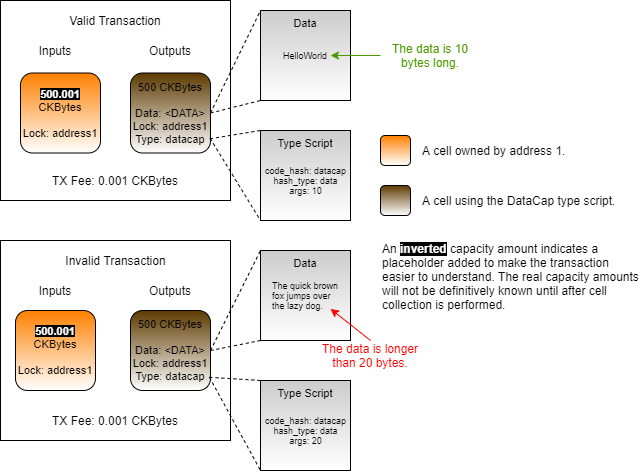
jordanmack/developer-training-course-documentation keeps this draw.io diagram as .gitbook/assets/valid-invalid-transaction (2).png. Above is the earlier version. Source tidied: cells renumbered, new cells last; positions are measured from the earlier drawing's top-left corner, leaving out a move shared by most shapes.
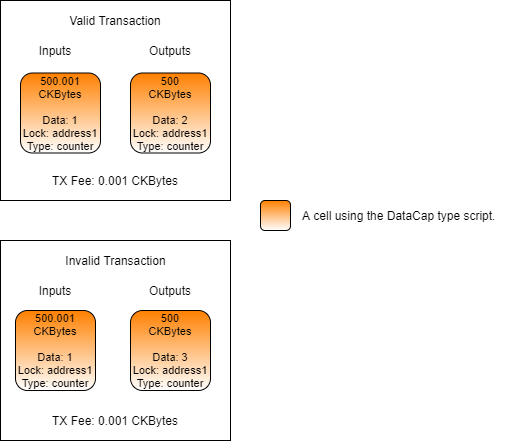
Later version of the same file.

Diff of the diagram source:
```diff
@@ -8,84 +8,21 @@
     <mxCell id="3" style="rounded=0;whiteSpace=wrap;html=1;" parent="1" vertex="1">
       <mxGeometry width="230" height="200" as="geometry" />
     </mxCell>
-    <mxCell id="4" value="500 CKBytes&lt;br style=&quot;font-size: 11px&quot;&gt;&lt;br style=&quot;font-size: 11px&quot;&gt;Data: &amp;lt;DATA&amp;gt;&lt;br style=&quot;font-size: 11px&quot;&gt;Lock: address1&lt;br style=&quot;font-size: 11px&quot;&gt;Type: datacap" style="rounded=1;whiteSpace=wrap;html=1;fontSize=11;gradientColor=#ffffff;fillColor=#5D3A00;" parent="1" vertex="1">
+    <mxCell id="4" value="500&lt;br&gt;CKBytes&lt;br style=&quot;font-size: 11px&quot;&gt;&lt;br style=&quot;font-size: 11px&quot;&gt;Data: 2&lt;br style=&quot;font-size: 11px&quot;&gt;Lock: address1&lt;br style=&quot;font-size: 11px&quot;&gt;Type: counter" style="rounded=1;whiteSpace=wrap;html=1;fontSize=11;gradientColor=#ffffff;fillColor=#FF8000;" parent="1" vertex="1">
       <mxGeometry x="130" y="72.5" width="80" height="80" as="geometry" />
     </mxCell>
-    <mxCell id="5" value="&lt;div style=&quot;font-size: 11px;&quot;&gt;&lt;span style=&quot;font-size: 11px;&quot;&gt;Data&lt;/span&gt;&lt;/div&gt;" style="rounded=0;whiteSpace=wrap;html=1;gradientColor=#ffffff;fillColor=#CCCCCC;verticalAlign=top;align=center;fontSize=11;" parent="1" vertex="1">
-      <mxGeometry x="260" y="10" width="90" height="90" as="geometry" />
-    </mxCell>
-    <mxCell id="6" value="&lt;div style=&quot;font-size: 11px&quot;&gt;&lt;span style=&quot;font-size: 11px&quot;&gt;Type Script&lt;/span&gt;&lt;/div&gt;" style="rounded=0;whiteSpace=wrap;html=1;gradientColor=#ffffff;fillColor=#CCCCCC;verticalAlign=top;align=center;fontSize=11;" parent="1" vertex="1">
-      <mxGeometry x="260" y="130" width="90" height="90" as="geometry" />
-    </mxCell>
-    <mxCell id="7" value="&lt;div style=&quot;font-size: 11px&quot;&gt;&lt;span style=&quot;font-size: 11px&quot;&gt;Type Script&lt;/span&gt;&lt;/div&gt;" style="rounded=0;whiteSpace=wrap;html=1;gradientColor=#ffffff;fillColor=#CCCCCC;verticalAlign=top;align=center;fontSize=11;" parent="1" vertex="1">
-      <mxGeometry x="260" y="380" width="90" height="90" as="geometry" />
-    </mxCell>
-    <mxCell id="8" style="endArrow=none;dashed=1;html=1;exitX=1;exitY=0.5;exitDx=0;exitDy=0;entryX=0;entryY=0;entryDx=0;entryDy=0;" parent="1" edge="1" source="4" target="5">
-      <mxGeometry relative="1" as="geometry" />
-    </mxCell>
-    <mxCell id="9" style="endArrow=none;dashed=1;html=1;exitX=0.995;exitY=0.816;exitDx=0;exitDy=0;entryX=0;entryY=1;entryDx=0;entryDy=0;exitPerimeter=0;" parent="1" edge="1" source="4" target="6">
-      <mxGeometry relative="1" as="geometry" />
-    </mxCell>
-    <mxCell id="10" style="endArrow=none;dashed=1;html=1;exitX=1;exitY=0.5;exitDx=0;exitDy=0;entryX=0;entryY=1;entryDx=0;entryDy=0;" parent="1" edge="1" source="4" target="5">
-      <mxGeometry relative="1" as="geometry" />
-    </mxCell>
-    <mxCell id="11" style="endArrow=none;dashed=1;html=1;exitX=0.995;exitY=0.822;exitDx=0;exitDy=0;entryX=0;entryY=0;entryDx=0;entryDy=0;exitPerimeter=0;" parent="1" edge="1" source="4" target="6">
-      <mxGeometry relative="1" as="geometry" />
-    </mxCell>
-    <mxCell id="12" value="&lt;div style=&quot;&quot;&gt;&lt;span&gt;HelloWorld&lt;/span&gt;&lt;/div&gt;" style="text;html=1;strokeColor=none;fillColor=none;align=center;verticalAlign=middle;whiteSpace=wrap;rounded=0;fontSize=9;" parent="1" vertex="1">
-      <mxGeometry x="270" y="32.5" width="70" height="45" as="geometry" />
-    </mxCell>
-    <mxCell id="13" value="&lt;div&gt;&lt;span&gt;code_hash: datacap&lt;/span&gt;&lt;/div&gt;&lt;div&gt;&lt;span&gt;hash_type: data&lt;/span&gt;&lt;/div&gt;&lt;div&gt;&lt;span&gt;args: 10&lt;/span&gt;&lt;/div&gt;" style="text;html=1;strokeColor=none;fillColor=none;align=center;verticalAlign=middle;whiteSpace=wrap;rounded=0;fontSize=9;" parent="1" vertex="1">
-      <mxGeometry x="262.5" y="153.8" width="85" height="52.5" as="geometry" />
-    </mxCell>
-    <mxCell id="14" value="&lt;div&gt;&lt;span&gt;code_hash: datacap&lt;/span&gt;&lt;/div&gt;&lt;div&gt;&lt;span&gt;hash_type: data&lt;/span&gt;&lt;/div&gt;&lt;div&gt;&lt;span&gt;args: 20&lt;/span&gt;&lt;/div&gt;" style="text;html=1;strokeColor=none;fillColor=none;align=center;verticalAlign=middle;whiteSpace=wrap;rounded=0;fontSize=9;" parent="1" vertex="1">
-      <mxGeometry x="262.5" y="403.8" width="85" height="52.5" as="geometry" />
-    </mxCell>
-    <mxCell id="15" value="500 CKBytes&lt;br style=&quot;font-size: 11px&quot;&gt;&lt;br style=&quot;font-size: 11px&quot;&gt;Data: &amp;lt;DATA&amp;gt;&lt;br style=&quot;font-size: 11px&quot;&gt;Lock: address1&lt;br style=&quot;font-size: 11px&quot;&gt;Type: datacap" style="rounded=1;whiteSpace=wrap;html=1;fontSize=11;gradientColor=#ffffff;fillColor=#5D3A00;" parent="1" vertex="1">
+    <mxCell id="15" value="500&lt;br&gt;CKBytes&lt;br style=&quot;font-size: 11px&quot;&gt;&lt;br style=&quot;font-size: 11px&quot;&gt;Data: 3&lt;br style=&quot;font-size: 11px&quot;&gt;Lock: address1&lt;br style=&quot;font-size: 11px&quot;&gt;Type: counter" style="rounded=1;whiteSpace=wrap;html=1;fontSize=11;gradientColor=#ffffff;fillColor=#FF8000;" parent="1" vertex="1">
       <mxGeometry x="130" y="310" width="80" height="80" as="geometry" />
     </mxCell>
-    <mxCell id="16" value="&lt;div style=&quot;font-size: 11px;&quot;&gt;&lt;span style=&quot;font-size: 11px;&quot;&gt;Data&lt;/span&gt;&lt;/div&gt;" style="rounded=0;whiteSpace=wrap;html=1;gradientColor=#ffffff;fillColor=#CCCCCC;verticalAlign=top;align=center;fontSize=11;" parent="1" vertex="1">
-      <mxGeometry x="260" y="250" width="90" height="90" as="geometry" />
-    </mxCell>
-    <mxCell id="17" style="endArrow=none;dashed=1;html=1;exitX=1;exitY=0.5;exitDx=0;exitDy=0;entryX=0;entryY=0;entryDx=0;entryDy=0;" parent="1" edge="1" source="15" target="16">
-      <mxGeometry relative="1" as="geometry" />
-    </mxCell>
-    <mxCell id="18" style="endArrow=none;dashed=1;html=1;exitX=0.987;exitY=0.835;exitDx=0;exitDy=0;entryX=0;entryY=1;entryDx=0;entryDy=0;exitPerimeter=0;" parent="1" edge="1" source="15" target="7">
-      <mxGeometry relative="1" as="geometry" />
-    </mxCell>
-    <mxCell id="19" style="endArrow=none;dashed=1;html=1;exitX=1;exitY=0.5;exitDx=0;exitDy=0;entryX=0;entryY=1;entryDx=0;entryDy=0;" parent="1" edge="1" source="15" target="16">
-      <mxGeometry relative="1" as="geometry" />
-    </mxCell>
-    <mxCell id="20" style="endArrow=none;dashed=1;html=1;exitX=0.987;exitY=0.835;exitDx=0;exitDy=0;entryX=0;entryY=0;entryDx=0;entryDy=0;exitPerimeter=0;" parent="1" edge="1" source="15" target="7">
-      <mxGeometry relative="1" as="geometry" />
-    </mxCell>
-    <mxCell id="21" value="The quick brown fox jumps over the lazy dog." style="text;html=1;strokeColor=none;fillColor=none;align=left;verticalAlign=middle;whiteSpace=wrap;rounded=0;fontSize=9;" parent="1" vertex="1">
-      <mxGeometry x="270" y="272.5" width="70" height="45" as="geometry" />
-    </mxCell>
     <mxCell id="22" value="Valid Transaction" style="text;html=1;strokeColor=none;fillColor=none;align=center;verticalAlign=middle;whiteSpace=wrap;rounded=0;fontSize=12;fontStyle=0;" parent="1" vertex="1">
       <mxGeometry x="65" y="10" width="100" height="20" as="geometry" />
     </mxCell>
-    <mxCell id="23" value="The data is longer than 20 bytes." style="text;html=1;strokeColor=none;fillColor=none;align=center;verticalAlign=middle;whiteSpace=wrap;rounded=0;fontColor=#FF0000;" parent="1" vertex="1">
-      <mxGeometry x="320" y="340" width="100" height="30" as="geometry" />
-    </mxCell>
-    <mxCell id="24" value="&lt;font color=&quot;#4d9900&quot;&gt;The data is 10 bytes long.&lt;/font&gt;" style="text;html=1;strokeColor=none;fillColor=none;align=center;verticalAlign=middle;whiteSpace=wrap;rounded=0;fontColor=#FF0000;" parent="1" vertex="1">
-      <mxGeometry x="380" y="40" width="100" height="30" as="geometry" />
-    </mxCell>
-    <mxCell id="25" style="endArrow=classic;html=1;fontColor=#FF0000;strokeColor=#FF0000;exitX=0.5;exitY=0;exitDx=0;exitDy=0;entryX=0.857;entryY=0.796;entryDx=0;entryDy=0;entryPerimeter=0;" parent="1" edge="1" source="23" target="21">
-      <mxGeometry relative="1" as="geometry" />
-    </mxCell>
-    <mxCell id="26" style="endArrow=classic;html=1;fontColor=#FF0000;exitX=0;exitY=0.5;exitDx=0;exitDy=0;entryX=0.857;entryY=0.5;entryDx=0;entryDy=0;strokeColor=#4D9900;entryPerimeter=0;" parent="1" edge="1" source="24" target="12">
-      <mxGeometry relative="1" as="geometry" />
-    </mxCell>
     <mxCell id="27" value="Inputs" style="text;html=1;strokeColor=none;fillColor=none;align=center;verticalAlign=middle;whiteSpace=wrap;rounded=0;" parent="1" vertex="1">
       <mxGeometry x="20" y="40" width="70" height="20" as="geometry" />
     </mxCell>
     <mxCell id="28" value="Outputs" style="text;html=1;strokeColor=none;fillColor=none;align=center;verticalAlign=middle;whiteSpace=wrap;rounded=0;" parent="1" vertex="1">
       <mxGeometry x="135" y="40" width="70" height="20" as="geometry" />
     </mxCell>
-    <mxCell id="29" value="&lt;font color=&quot;#ffffff&quot;&gt;&lt;span style=&quot;background-color: rgb(0 , 0 , 0)&quot;&gt;&lt;b&gt;500.001&lt;/b&gt;&lt;/span&gt;&lt;/font&gt; CKBytes&lt;br&gt;&lt;br&gt;Lock: address1" style="rounded=1;whiteSpace=wrap;html=1;fontSize=11;gradientColor=#ffffff;fillColor=#FF8000;" parent="1" vertex="1">
-      <mxGeometry x="20" y="72.5" width="80" height="80" as="geometry" />
-    </mxCell>
     <mxCell id="30" value="TX Fee: 0.001 CKBytes" style="text;html=1;strokeColor=none;fillColor=none;align=center;verticalAlign=middle;whiteSpace=wrap;rounded=0;" parent="1" vertex="1">
       <mxGeometry x="15" y="170" width="200" height="20" as="geometry" />
     </mxCell>
@@ -101,23 +38,17 @@
     <mxCell id="34" value="TX Fee: 0.001 CKBytes" style="text;html=1;strokeColor=none;fillColor=none;align=center;verticalAlign=middle;whiteSpace=wrap;rounded=0;" parent="1" vertex="1">
       <mxGeometry x="15" y="410" width="200" height="20" as="geometry" />
     </mxCell>
-    <mxCell id="35" style="rounded=1;whiteSpace=wrap;html=1;gradientColor=#ffffff;fillColor=#5D3A00;" parent="1" vertex="1">
-      <mxGeometry x="380" y="185" width="30" height="30" as="geometry" />
+    <mxCell id="35" style="rounded=1;whiteSpace=wrap;html=1;gradientColor=#ffffff;fillColor=#FF8000;" parent="1" vertex="1">
+      <mxGeometry x="260" y="200" width="30" height="30" as="geometry" />
     </mxCell>
-    <mxCell id="36" style="rounded=1;whiteSpace=wrap;html=1;gradientColor=#ffffff;fillColor=#FF8000;" parent="1" vertex="1">
-      <mxGeometry x="380" y="135" width="30" height="30" as="geometry" />
-    </mxCell>
-    <mxCell id="37" value="A cell owned by address 1." style="text;html=1;strokeColor=none;fillColor=none;align=left;verticalAlign=middle;whiteSpace=wrap;rounded=0;dashed=1;" parent="1" vertex="1">
-      <mxGeometry x="420" y="140" width="220" height="20" as="geometry" />
-    </mxCell>
     <mxCell id="38" value="A cell using the DataCap type script." style="text;html=1;strokeColor=none;fillColor=none;align=left;verticalAlign=middle;whiteSpace=wrap;rounded=0;dashed=1;" parent="1" vertex="1">
-      <mxGeometry x="420" y="190" width="220" height="20" as="geometry" />
+      <mxGeometry x="300" y="205" width="220" height="20" as="geometry" />
     </mxCell>
-    <mxCell id="39" value="An&amp;nbsp;&lt;b&gt;&lt;font color=&quot;#ffffff&quot; style=&quot;background-color: rgb(0 , 0 , 0)&quot;&gt;inverted&lt;/font&gt;&lt;font color=&quot;#7f00ff&quot;&gt;&amp;nbsp;&lt;/font&gt;&lt;/b&gt;capacity amount indicates a placeholder added to make the transaction easier to understand. The real capacity amounts will not be definitively known until after cell collection is performed." style="text;html=1;strokeColor=none;fillColor=none;align=left;verticalAlign=top;whiteSpace=wrap;rounded=0;dashed=1;" parent="1" vertex="1">
-      <mxGeometry x="380" y="235" width="260" height="80" as="geometry" />
-    </mxCell>
-    <mxCell id="40" value="&lt;font color=&quot;#ffffff&quot;&gt;&lt;span style=&quot;background-color: rgb(0 , 0 , 0)&quot;&gt;&lt;b&gt;500.001&lt;/b&gt;&lt;/span&gt;&lt;/font&gt; CKBytes&lt;br&gt;&lt;br&gt;Lock: address1" style="rounded=1;whiteSpace=wrap;html=1;fontSize=11;gradientColor=#ffffff;fillColor=#FF8000;" parent="1" vertex="1">
-      <mxGeometry x="15" y="310" width="80" height="80" as="geometry" />
-    </mxCell>
+    <mxCell id="41" value="500.001 CKBytes&lt;br style=&quot;font-size: 11px&quot;&gt;&lt;br style=&quot;font-size: 11px&quot;&gt;Data: 1&lt;br style=&quot;font-size: 11px&quot;&gt;Lock: address1&lt;br style=&quot;font-size: 11px&quot;&gt;Type: counter" style="rounded=1;whiteSpace=wrap;html=1;fontSize=11;gradientColor=#ffffff;fillColor=#FF8000;" parent="1" vertex="1">
+      <mxGeometry x="20" y="72.5" width="80" height="80" as="geometry" />
+    </mxCell>
+    <mxCell id="42" value="500.001&lt;br&gt;CKBytes&lt;br style=&quot;font-size: 11px&quot;&gt;&lt;br style=&quot;font-size: 11px&quot;&gt;Data: 1&lt;br style=&quot;font-size: 11px&quot;&gt;Lock: address1&lt;br style=&quot;font-size: 11px&quot;&gt;Type: counter" style="rounded=1;whiteSpace=wrap;html=1;fontSize=11;gradientColor=#ffffff;fillColor=#FF8000;" parent="1" vertex="1">
+      <mxGeometry x="15" y="310" width="80" height="80" as="geometry" />
+    </mxCell>
   </root>
 </mxGraphModel>
```
